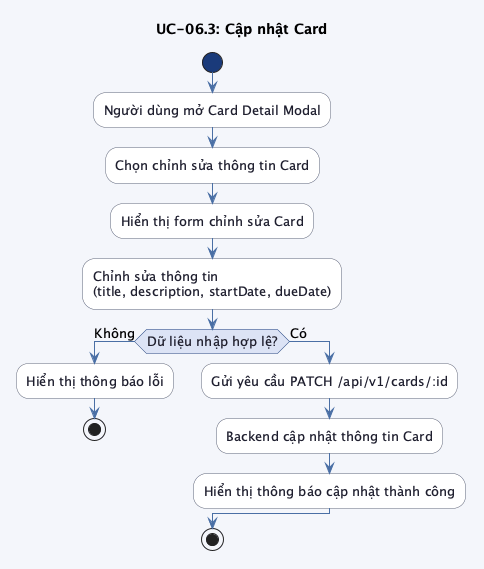
The PlantUML diagram src/images/chap3/activity_uc06_3.png in trongnhan34vn/trello-report, before a commit. Its diagram source:
```plantuml
@startuml activity_uc06_3

skinparam linetype ortho
skinparam defaultFontSize 13
skinparam backgroundColor #f4f6fb
skinparam activity {
    BackgroundColor #ffffff
    BorderColor #5b6279
    FontColor #1e1e2e
    ArrowColor #4a6fa5
    DiamondBackgroundColor #dce3f5
    DiamondBorderColor #1a3a7a
    DiamondFontColor #1e1e2e
    StartColor #1a3a7a
    EndColor #1a3a7a
}

title UC-06.3: Cập nhật Card

start

:Người dùng mở Card Detail Modal;
:Chọn chỉnh sửa thông tin Card;
:Hiển thị form chỉnh sửa Card;
:Chỉnh sửa thông tin\n(title, description, startDate, dueDate);

if (Dữ liệu nhập hợp lệ?) then (Không)
    :Hiển thị thông báo lỗi;
    stop
else (Có)
    :Gửi yêu cầu PATCH /api/v1/cards/:id;
    :Backend cập nhật thông tin Card;
    :Hiển thị thông báo cập nhật thành công;
endif

stop

@enduml
```
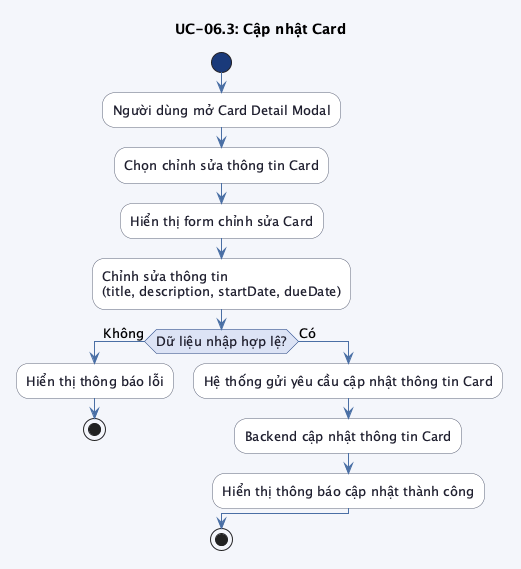
After the commit.

Change to the diagram source:
```diff
@@ -28,7 +28,7 @@
     :Hiển thị thông báo lỗi;
     stop
 else (Có)
-    :Gửi yêu cầu PATCH /api/v1/cards/:id;
+    :Hệ thống gửi yêu cầu cập nhật thông tin Card;
     :Backend cập nhật thông tin Card;
     :Hiển thị thông báo cập nhật thành công;
 endif
```
